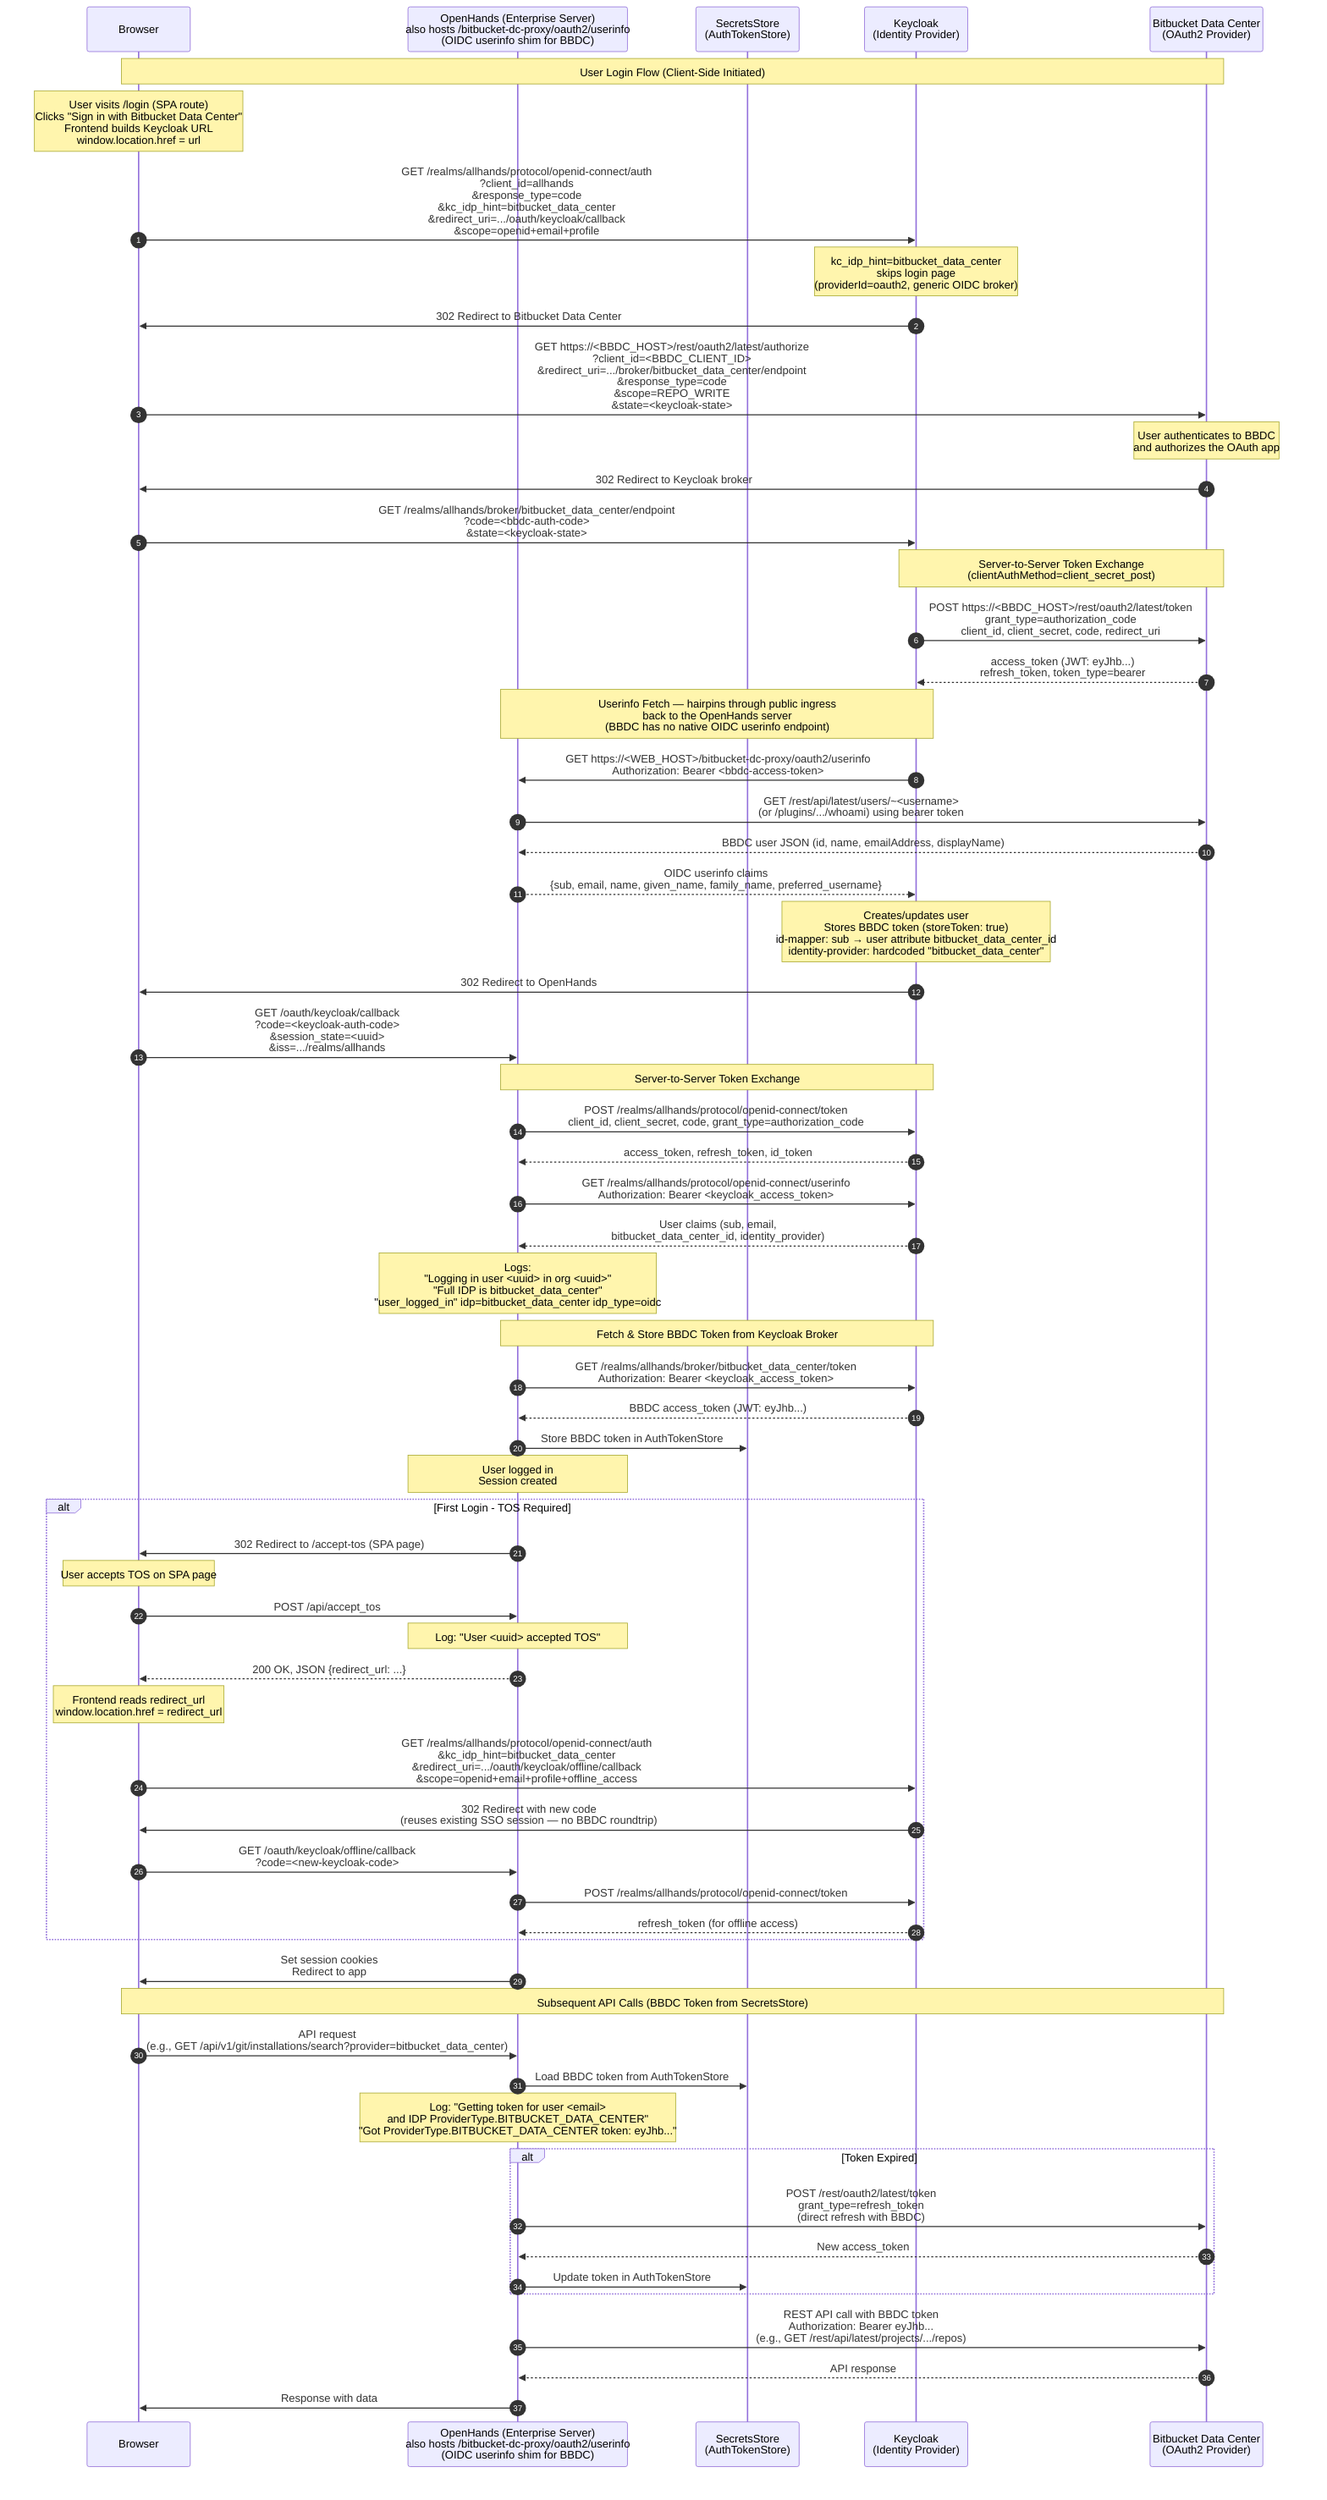
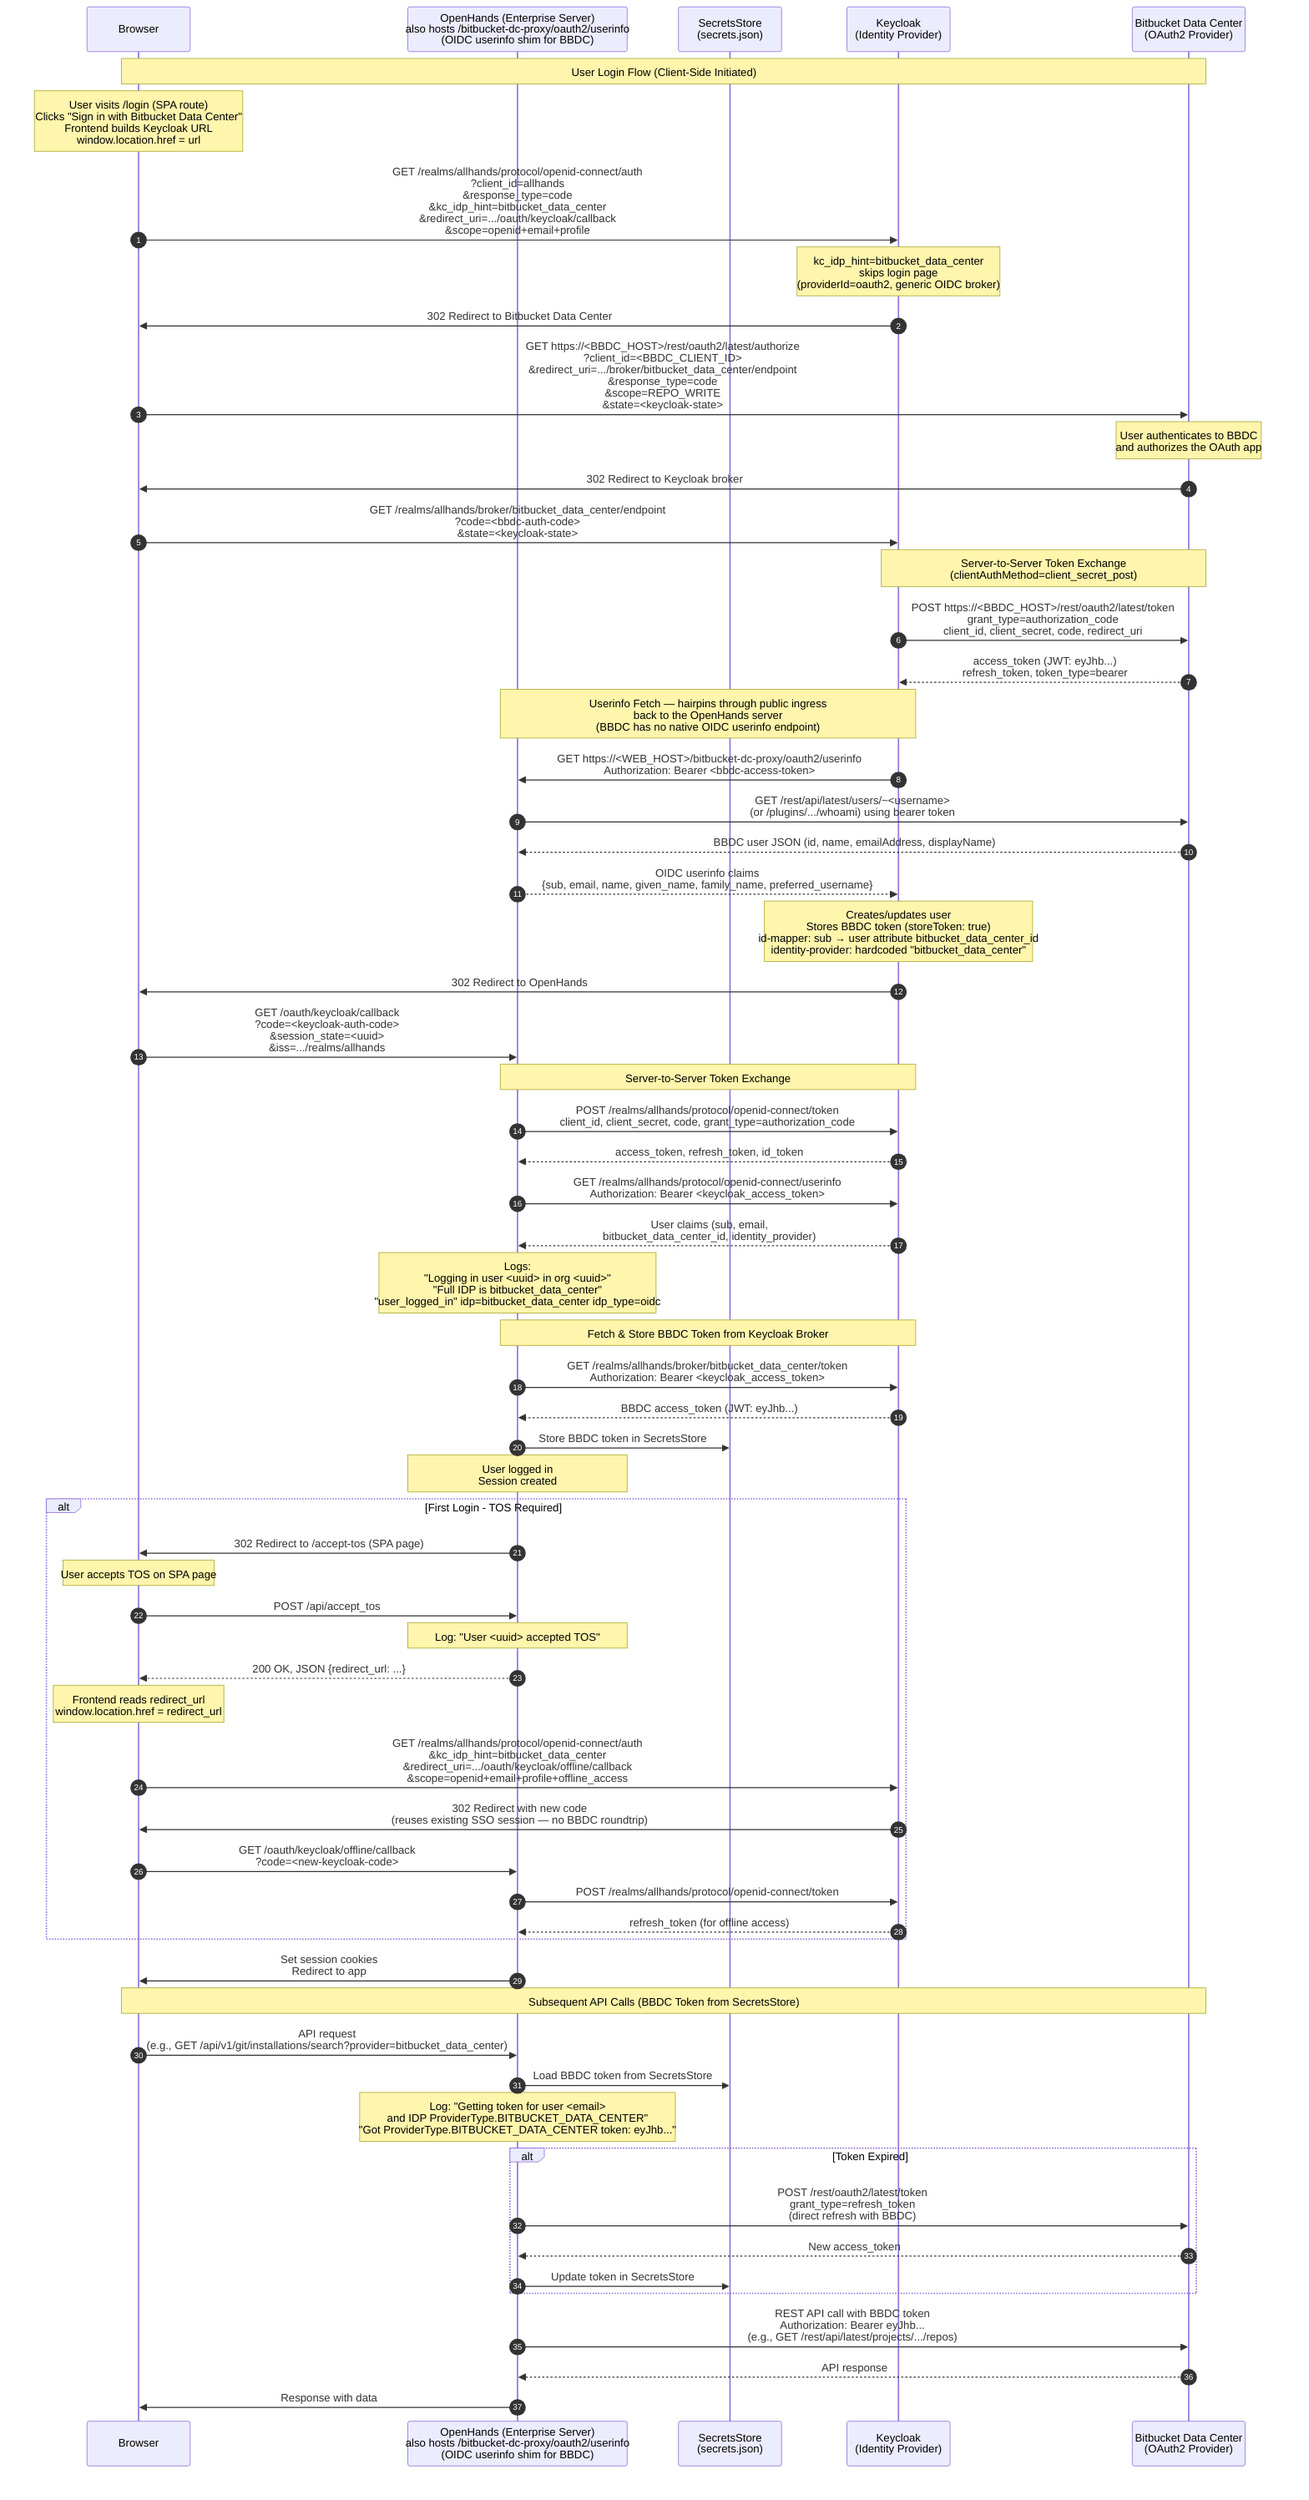
sequenceDiagram
    autonumber
    participant Browser
    participant OpenHands as OpenHands (Enterprise Server)<br/>also hosts /bitbucket-dc-proxy/oauth2/userinfo<br/>(OIDC userinfo shim for BBDC)
-     participant DB as SecretsStore<br/>(AuthTokenStore)
+     participant DB as SecretsStore<br/>(secrets.json)
    participant Keycloak as Keycloak<br/>(Identity Provider)
    participant BBDC as Bitbucket Data Center<br/>(OAuth2 Provider)

    Note over Browser,BBDC: User Login Flow (Client-Side Initiated)

    Note over Browser: User visits /login (SPA route)<br/>Clicks "Sign in with Bitbucket Data Center"<br/>Frontend builds Keycloak URL<br/>window.location.href = url

    Browser->>Keycloak: GET /realms/allhands/protocol/openid-connect/auth<br/>?client_id=allhands<br/>&response_type=code<br/>&kc_idp_hint=bitbucket_data_center<br/>&redirect_uri=.../oauth/keycloak/callback<br/>&scope=openid+email+profile

    Note over Keycloak: kc_idp_hint=bitbucket_data_center<br/>skips login page<br/>(providerId=oauth2, generic OIDC broker)

    Keycloak->>Browser: 302 Redirect to Bitbucket Data Center

    Browser->>BBDC: GET https://<BBDC_HOST>/rest/oauth2/latest/authorize<br/>?client_id=<BBDC_CLIENT_ID><br/>&redirect_uri=.../broker/bitbucket_data_center/endpoint<br/>&response_type=code<br/>&scope=REPO_WRITE<br/>&state=<keycloak-state>

    Note over BBDC: User authenticates to BBDC<br/>and authorizes the OAuth app

    BBDC->>Browser: 302 Redirect to Keycloak broker
    Browser->>Keycloak: GET /realms/allhands/broker/bitbucket_data_center/endpoint<br/>?code=<bbdc-auth-code><br/>&state=<keycloak-state>

    Note over Keycloak,BBDC: Server-to-Server Token Exchange<br/>(clientAuthMethod=client_secret_post)

    Keycloak->>BBDC: POST https://<BBDC_HOST>/rest/oauth2/latest/token<br/>grant_type=authorization_code<br/>client_id, client_secret, code, redirect_uri
    BBDC-->>Keycloak: access_token (JWT: eyJhb...)<br/>refresh_token, token_type=bearer

    Note over Keycloak,OpenHands: Userinfo Fetch — hairpins through public ingress<br/>back to the OpenHands server<br/>(BBDC has no native OIDC userinfo endpoint)

    Keycloak->>OpenHands: GET https://<WEB_HOST>/bitbucket-dc-proxy/oauth2/userinfo<br/>Authorization: Bearer <bbdc-access-token>
    OpenHands->>BBDC: GET /rest/api/latest/users/~<username><br/>(or /plugins/.../whoami) using bearer token
    BBDC-->>OpenHands: BBDC user JSON (id, name, emailAddress, displayName)
    OpenHands-->>Keycloak: OIDC userinfo claims<br/>{sub, email, name, given_name, family_name, preferred_username}

    Note over Keycloak: Creates/updates user<br/>Stores BBDC token (storeToken: true)<br/>id-mapper: sub → user attribute bitbucket_data_center_id<br/>identity-provider: hardcoded "bitbucket_data_center"

    Keycloak->>Browser: 302 Redirect to OpenHands
    Browser->>OpenHands: GET /oauth/keycloak/callback<br/>?code=<keycloak-auth-code><br/>&session_state=<uuid><br/>&iss=.../realms/allhands

    Note over OpenHands,Keycloak: Server-to-Server Token Exchange

    OpenHands->>Keycloak: POST /realms/allhands/protocol/openid-connect/token<br/>client_id, client_secret, code, grant_type=authorization_code
    Keycloak-->>OpenHands: access_token, refresh_token, id_token

    OpenHands->>Keycloak: GET /realms/allhands/protocol/openid-connect/userinfo<br/>Authorization: Bearer <keycloak_access_token>
    Keycloak-->>OpenHands: User claims (sub, email,<br/>bitbucket_data_center_id, identity_provider)

    Note over OpenHands: Logs:<br/>"Logging in user <uuid> in org <uuid>"<br/>"Full IDP is bitbucket_data_center"<br/>"user_logged_in" idp=bitbucket_data_center idp_type=oidc

    Note over OpenHands,Keycloak: Fetch & Store BBDC Token from Keycloak Broker

    OpenHands->>Keycloak: GET /realms/allhands/broker/bitbucket_data_center/token<br/>Authorization: Bearer <keycloak_access_token>
    Keycloak-->>OpenHands: BBDC access_token (JWT: eyJhb...)

-     OpenHands->>DB: Store BBDC token in AuthTokenStore
+     OpenHands->>DB: Store BBDC token in SecretsStore

    Note over OpenHands: User logged in<br/>Session created

    alt First Login - TOS Required
        OpenHands->>Browser: 302 Redirect to /accept-tos (SPA page)
        Note over Browser: User accepts TOS on SPA page
        Browser->>OpenHands: POST /api/accept_tos
        Note over OpenHands: Log: "User <uuid> accepted TOS"
        OpenHands-->>Browser: 200 OK, JSON {redirect_url: ...}
        Note over Browser: Frontend reads redirect_url<br/>window.location.href = redirect_url
        Browser->>Keycloak: GET /realms/allhands/protocol/openid-connect/auth<br/>&kc_idp_hint=bitbucket_data_center<br/>&redirect_uri=.../oauth/keycloak/offline/callback<br/>&scope=openid+email+profile+offline_access
        Keycloak->>Browser: 302 Redirect with new code<br/>(reuses existing SSO session — no BBDC roundtrip)
        Browser->>OpenHands: GET /oauth/keycloak/offline/callback<br/>?code=<new-keycloak-code>
        OpenHands->>Keycloak: POST /realms/allhands/protocol/openid-connect/token
        Keycloak-->>OpenHands: refresh_token (for offline access)
    end

    OpenHands->>Browser: Set session cookies<br/>Redirect to app

    Note over Browser,BBDC: Subsequent API Calls (BBDC Token from SecretsStore)

    Browser->>OpenHands: API request<br/>(e.g., GET /api/v1/git/installations/search?provider=bitbucket_data_center)

-     OpenHands->>DB: Load BBDC token from AuthTokenStore
+     OpenHands->>DB: Load BBDC token from SecretsStore
    Note over OpenHands: Log: "Getting token for user <email><br/>and IDP ProviderType.BITBUCKET_DATA_CENTER"<br/>"Got ProviderType.BITBUCKET_DATA_CENTER token: eyJhb..."

    alt Token Expired
        OpenHands->>BBDC: POST /rest/oauth2/latest/token<br/>grant_type=refresh_token<br/>(direct refresh with BBDC)
        BBDC-->>OpenHands: New access_token
-         OpenHands->>DB: Update token in AuthTokenStore
+         OpenHands->>DB: Update token in SecretsStore
    end

    OpenHands->>BBDC: REST API call with BBDC token<br/>Authorization: Bearer eyJhb...<br/>(e.g., GET /rest/api/latest/projects/.../repos)
    BBDC-->>OpenHands: API response

    OpenHands->>Browser: Response with data
